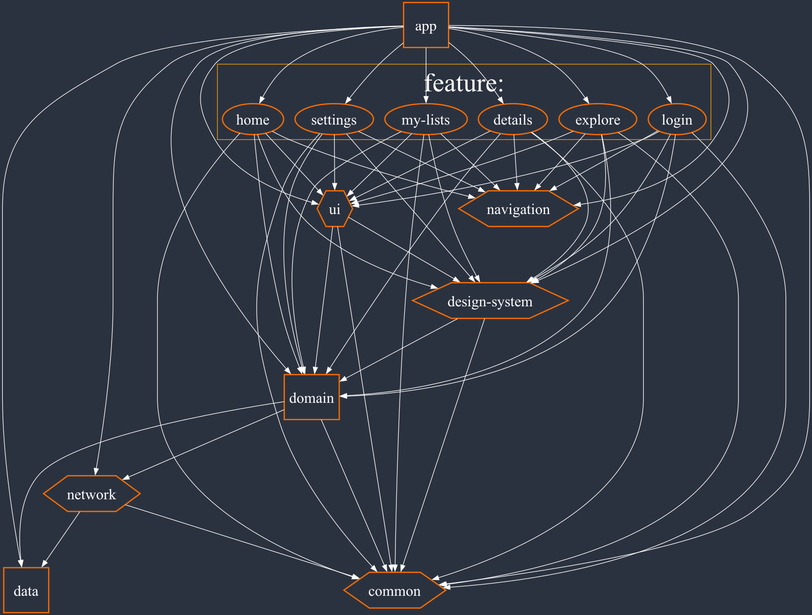
This is tools/dependency-graph/project_digraph.dot.png from enesky/Doodle, a Graphviz export, as it was before one commit. Its source is kept beside it as tools/dependency-graph/project_digraph.dot.
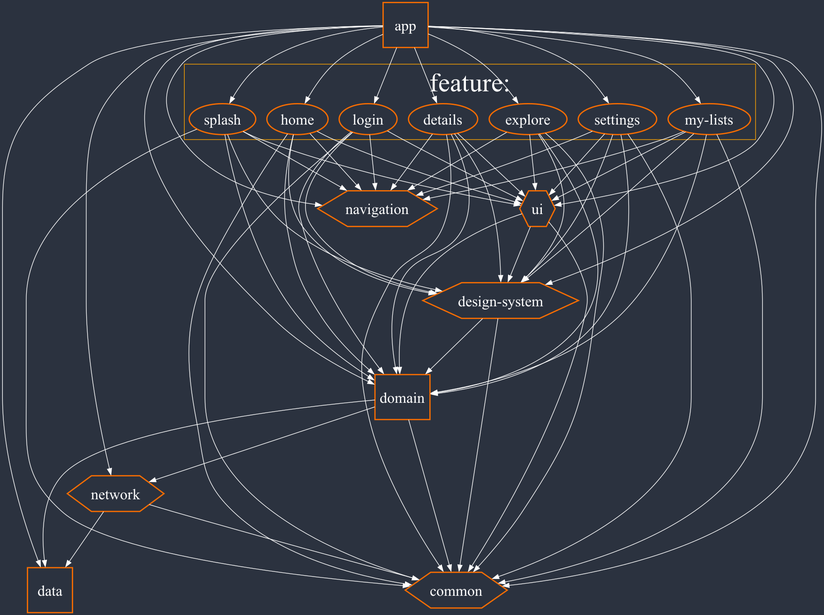
After the change.

Commit message:
updated: DependencyGraphPlugin and its results with splash module

What changed in the source:
```diff
@@ -12,7 +12,7 @@
     subgraph cluster_feature {
         label="feature:";
         color=orange;
-        "login", "home", "details", "explore", "settings", "my-lists";
+        "login", "home", "details", "explore", "settings", "my-lists", "splash";
     }
 
     # Dependencies
@@ -29,6 +29,7 @@
     "app" -> "explore"
     "app" -> "my-lists"
     "app" -> "settings"
+    "app" -> "splash"
     "design-system" -> "common"
     "design-system" -> "domain"
     "domain" -> "common"
@@ -69,4 +70,9 @@
     "settings" -> "design-system"
     "settings" -> "navigation"
     "settings" -> "ui"
+    "splash" -> "domain"
+    "splash" -> "common"
+    "splash" -> "design-system"
+    "splash" -> "navigation"
+    "splash" -> "ui"
 }
```
